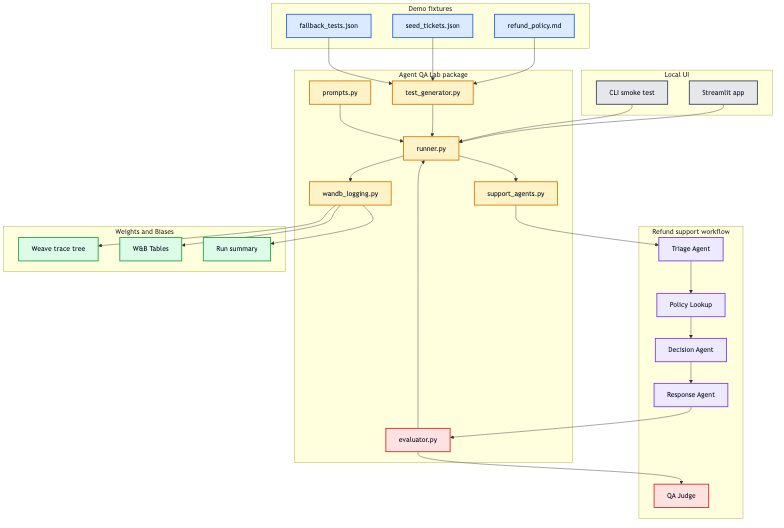
Before: docs/diagrams/agent-qa-lab-architecture.png, a diagram exported from Mermaid (vyahhi/swarm-checkup). Its source is kept beside it as docs/diagrams/agent-qa-lab-architecture.mmd.
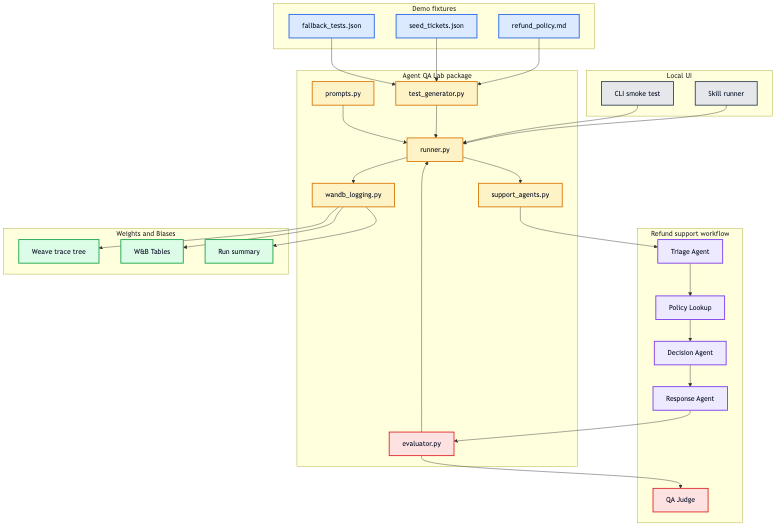
Later version of the same file.

What changed in the source:
```diff
@@ -1,6 +1,6 @@
 flowchart TB
     subgraph UI[Local UI]
-        S[Streamlit app]
+        S[Skill runner]
         CLI[CLI smoke test]
     end
 
```
